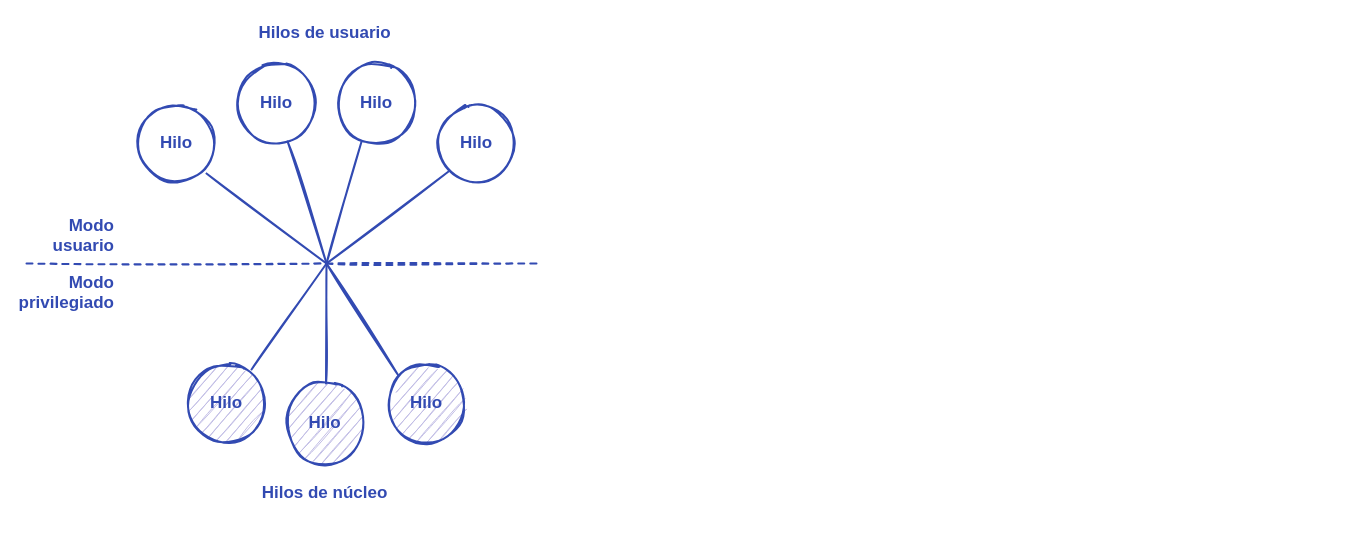
Above: content/media/C12-hilos/modelo_muchos_a_muchos.drawio in ull-esit-sistemas-operativos/ssoo-apuntes (draw.io), before the change. Source tidied: cells renumbered, new cells numbered last; positions are measured from the earlier drawing's top-left corner, leaving out a move shared by most shapes. Both pictures are drawn from the tidied source at 100%, with x=0, y=0 at pixel (16, 23).
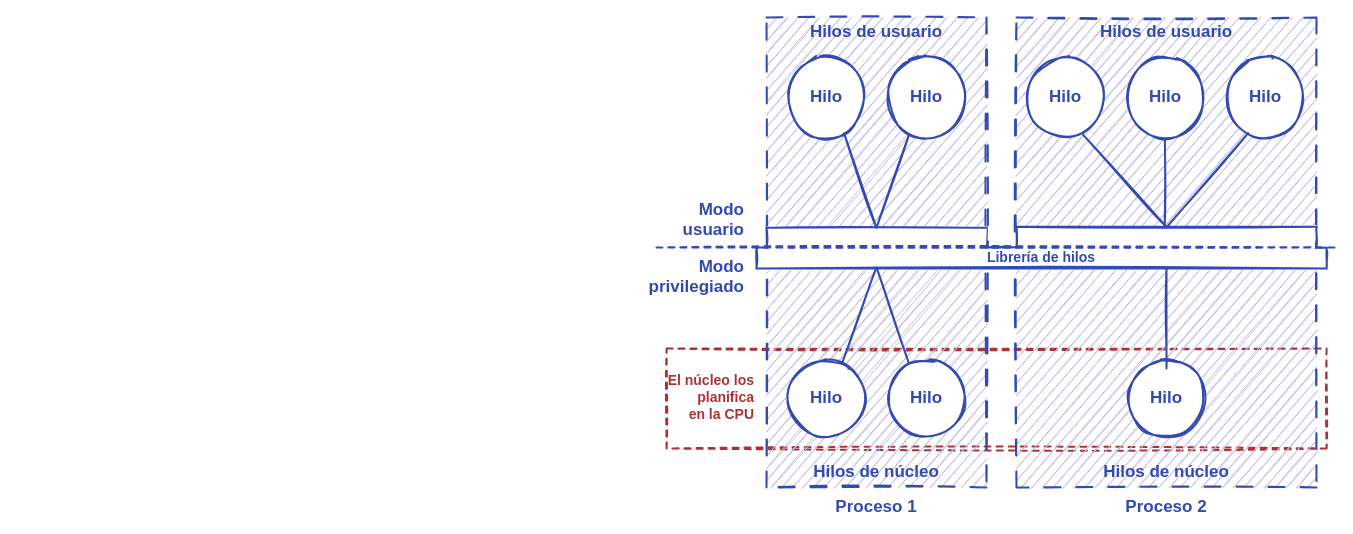
After the change.

The edit, as a diff of the source:
```diff
@@
+    <mxCell id="22" style="rounded=0;shadow=0;sketch=1;strokeWidth=2;fillColor=none;fontFamily=Ink Free;fontSize=17;spacing=20;strokeColor=#AC3235;fontColor=#AC3235;fontStyle=1;labelBackgroundColor=none;dashed=1;spacingBottom=5;" parent="1" vertex="1">
+      <mxGeometry x="650.1" y="325" width="660" height="100" as="geometry" />
+    </mxCell>
+    <mxCell id="23" style="rounded=0;shadow=0;sketch=1;strokeWidth=2;fillColor=#c2bee6;fontFamily=Ink Free;fontSize=17;spacing=20;strokeColor=#324ab2;fontColor=#324ab2;fontStyle=1;labelBackgroundColor=none;dashed=1;dashPattern=8 8;spacingBottom=5;" parent="1" vertex="1">
+      <mxGeometry x="750" y="-6" width="220" height="470" as="geometry" />
+    </mxCell>
+    <mxCell id="24" style="rounded=0;shadow=0;sketch=1;strokeWidth=2;fillColor=#c2bee6;fontFamily=Ink Free;fontSize=17;spacing=20;strokeColor=#324ab2;fontColor=#324ab2;fontStyle=1;labelBackgroundColor=none;spacingBottom=5;dashed=1;dashPattern=8 8;" parent="1" vertex="1">
+      <mxGeometry x="1000" y="-6" width="300" height="470" as="geometry" />
+    </mxCell>
+    <mxCell id="25" value="Hilo" style="ellipse;rounded=0;shadow=0;fontFamily=Ink Free;fontSize=17;strokeWidth=2;spacing=20;sketch=1;align=center;strokeColor=#324ab2;fontColor=#324ab2;fillColor=default;fontStyle=1;spacingBottom=5;" parent="1" vertex="1">
+      <mxGeometry x="770" y="335" width="80" height="80" as="geometry" />
+    </mxCell>
+    <mxCell id="26" value="Hilo" style="ellipse;rounded=0;shadow=0;fontFamily=Ink Free;fontSize=17;strokeWidth=2;spacing=20;sketch=1;align=center;strokeColor=#324ab2;fontColor=#324ab2;fillColor=default;fontStyle=1;spacingBottom=5;" parent="1" vertex="1">
+      <mxGeometry x="870" y="335" width="80" height="80" as="geometry" />
+    </mxCell>
+    <mxCell id="27" value="Hilo" style="ellipse;rounded=0;shadow=0;fontFamily=Ink Free;fontSize=17;strokeWidth=2;spacing=20;sketch=1;align=center;strokeColor=#324ab2;fontColor=#324ab2;fillColor=#FFFFFF;fontStyle=1;spacingBottom=5;fillStyle=auto;" parent="1" vertex="1">
+      <mxGeometry x="1110" y="335" width="80" height="80" as="geometry" />
+    </mxCell>
+    <mxCell id="11" value="Modo&#10;usuario" style="text;strokeColor=none;fillColor=none;align=right;verticalAlign=middle;rounded=0;shadow=0;sketch=1;fontFamily=Ink Free;fontSize=17;fontStyle=1;fontColor=#324ab2;spacingBottom=5;" parent="1" vertex="1">
+      <mxGeometry x="660" y="179" width="70" height="35" as="geometry" />
+    </mxCell>
     <mxCell id="2" value="Modo&#10;privilegiado" style="text;strokeColor=none;fillColor=none;align=right;verticalAlign=middle;rounded=0;shadow=0;sketch=1;fontFamily=Ink Free;fontSize=17;fontStyle=1;fontColor=#324ab2;spacingBottom=5;" parent="1" vertex="1">
-      <mxGeometry y="250" width="100" height="40" as="geometry" />
+      <mxGeometry x="640" y="234" width="90" height="40" as="geometry" />
     </mxCell>
-    <mxCell id="3" value="Hilo" style="ellipse;rounded=0;shadow=0;fontFamily=Ink Free;fontSize=17;strokeWidth=2;spacing=20;sketch=1;align=center;strokeColor=#324ab2;fontColor=#324ab2;fillColor=#c2bee6;fontStyle=1;spacingBottom=5;" parent="1" vertex="1">
-      <mxGeometry x="268.5" y="360" width="80" height="80" as="geometry" />
-    </mxCell>
-    <mxCell id="4" value="Hilo" style="ellipse;rounded=0;shadow=0;fontFamily=Ink Free;fontSize=17;strokeWidth=2;fillColor=none;spacing=20;sketch=1;align=center;strokeColor=#324ab2;fontColor=#324ab2;fontStyle=1;spacingBottom=5;" parent="1" vertex="1">
-      <mxGeometry x="120" y="80" width="80" height="80" as="geometry" />
-    </mxCell>
-    <mxCell id="5" value="Hilo" style="ellipse;rounded=0;shadow=0;fontFamily=Ink Free;fontSize=17;strokeWidth=2;fillColor=none;spacing=20;sketch=1;align=center;strokeColor=#324ab2;fontColor=#324ab2;fontStyle=1;spacingBottom=5;" parent="1" vertex="1">
-      <mxGeometry x="420" y="80" width="80" height="80" as="geometry" />
-    </mxCell>
-    <mxCell id="6" style="endArrow=none;strokeWidth=2;rounded=0;shadow=0;fontFamily=Ink Free;fontSize=17;spacing=20;sketch=1;dashed=1;strokeColor=#324ab2;fontColor=#324ab2;fontStyle=1;spacingBottom=5;" parent="1" edge="1">
-      <mxGeometry relative="1" as="geometry">
-        <mxPoint x="310" y="240" as="sourcePoint" />
-        <mxPoint x="520" y="240" as="targetPoint" />
-      </mxGeometry>
-    </mxCell>
-    <mxCell id="7" value="Hilo" style="ellipse;rounded=0;shadow=0;fontFamily=Ink Free;fontSize=17;strokeWidth=2;spacing=20;sketch=1;align=center;strokeColor=#324ab2;fontColor=#324ab2;fillColor=#c2bee6;fontStyle=1;spacingBottom=5;" parent="1" vertex="1">
-      <mxGeometry x="170" y="340" width="80" height="80" as="geometry" />
-    </mxCell>
-    <mxCell id="8" value="Hilo" style="ellipse;rounded=0;shadow=0;fontFamily=Ink Free;fontSize=17;strokeWidth=2;spacing=20;sketch=1;align=center;strokeColor=#324ab2;fontColor=#324ab2;fillColor=#c2bee6;fontStyle=1;spacingBottom=5;" parent="1" vertex="1">
-      <mxGeometry x="370" y="340" width="80" height="80" as="geometry" />
-    </mxCell>
-    <mxCell id="9" value="Hilos de usuario" style="text;fillColor=none;align=center;verticalAlign=middle;rounded=0;shadow=0;fontFamily=Ink Free;fontSize=17;strokeWidth=2;spacing=20;sketch=1;fontStyle=1;fontColor=#324ab2;spacingBottom=5;" parent="1" vertex="1">
-      <mxGeometry x="228.5" width="160" height="20" as="geometry" />
-    </mxCell>
-    <mxCell id="10" value="Hilos de núcleo" style="text;fillColor=none;align=center;verticalAlign=middle;rounded=0;shadow=0;fontFamily=Ink Free;fontSize=17;strokeWidth=2;spacing=20;sketch=1;fontStyle=1;fontColor=#324ab2;spacingBottom=5;" parent="1" vertex="1">
-      <mxGeometry x="228.5" y="460" width="160" height="20" as="geometry" />
-    </mxCell>
-    <mxCell id="11" value="Modo&#10;usuario" style="text;strokeColor=none;fillColor=none;align=right;verticalAlign=middle;rounded=0;shadow=0;sketch=1;fontFamily=Ink Free;fontSize=17;fontStyle=1;fontColor=#324ab2;spacingBottom=5;" parent="1" vertex="1">
-      <mxGeometry x="30" y="195" width="70" height="35" as="geometry" />
-    </mxCell>
-    <mxCell id="12" style="endArrow=none;strokeWidth=2;rounded=0;shadow=0;fontFamily=Ink Free;fontSize=17;spacing=20;sketch=1;dashed=1;strokeColor=#324ab2;fontColor=#324ab2;fontStyle=1;spacingBottom=5;" parent="1" edge="1">
-      <mxGeometry relative="1" as="geometry">
-        <mxPoint x="10" y="240" as="sourcePoint" />
-        <mxPoint x="310" y="240" as="targetPoint" />
-      </mxGeometry>
-    </mxCell>
-    <mxCell id="13" style="rounded=0;orthogonalLoop=1;jettySize=auto;exitX=0.5;exitY=0;exitDx=0;exitDy=0;strokeWidth=2;shadow=0;fontFamily=Ink Free;fontSize=17;spacing=20;endArrow=none;sketch=1;strokeColor=#324ab2;fontColor=#324ab2;fontStyle=1;spacingBottom=5;" parent="1" edge="1">
-      <mxGeometry relative="1" as="geometry">
-        <mxPoint x="309.5" y="360" as="sourcePoint" />
-        <mxPoint x="310" y="240" as="targetPoint" />
-      </mxGeometry>
-    </mxCell>
-    <mxCell id="14" style="rounded=0;jettySize=auto;exitX=0.813;exitY=0.075;exitDx=0;exitDy=0;strokeWidth=2;shadow=0;fontFamily=Ink Free;fontSize=17;spacing=20;endArrow=none;sketch=1;exitPerimeter=0;strokeColor=#324ab2;fontColor=#324ab2;fontStyle=1;spacingBottom=5;" parent="1" edge="1" source="7">
-      <mxGeometry relative="1" as="geometry">
-        <mxPoint x="310" y="240" as="targetPoint" />
-      </mxGeometry>
-    </mxCell>
-    <mxCell id="15" style="rounded=0;jettySize=auto;strokeWidth=2;shadow=0;fontFamily=Ink Free;fontSize=17;spacing=20;endArrow=none;sketch=1;entryX=0;entryY=0;entryDx=0;entryDy=0;strokeColor=#324ab2;fontColor=#324ab2;fontStyle=1;spacingBottom=5;" parent="1" edge="1" target="8">
-      <mxGeometry relative="1" as="geometry">
-        <mxPoint x="310" y="240" as="sourcePoint" />
-      </mxGeometry>
-    </mxCell>
-    <mxCell id="16" style="rounded=0;orthogonalLoop=1;jettySize=auto;exitX=1;exitY=1;exitDx=0;exitDy=0;strokeWidth=2;shadow=0;fontFamily=Ink Free;fontSize=17;spacing=20;endArrow=none;sketch=1;strokeColor=#324ab2;fontColor=#324ab2;fontStyle=1;spacingBottom=5;" parent="1" edge="1">
-      <mxGeometry relative="1" as="geometry">
-        <mxPoint x="190" y="150" as="sourcePoint" />
-        <mxPoint x="310" y="240" as="targetPoint" />
-      </mxGeometry>
-    </mxCell>
-    <mxCell id="17" style="rounded=0;jettySize=auto;strokeWidth=2;shadow=0;fontFamily=Ink Free;fontSize=17;spacing=20;endArrow=none;sketch=1;entryX=0;entryY=1;entryDx=0;entryDy=0;strokeColor=#324ab2;fontColor=#324ab2;fontStyle=1;spacingBottom=5;" parent="1" edge="1" target="5">
-      <mxGeometry relative="1" as="geometry">
-        <mxPoint x="310" y="240" as="sourcePoint" />
-      </mxGeometry>
-    </mxCell>
-    <mxCell id="18" value="Hilo" style="ellipse;rounded=0;shadow=0;fontFamily=Ink Free;fontSize=17;strokeWidth=2;fillColor=none;spacing=20;sketch=1;align=center;points=[[0.924,-0.382]];strokeColor=#324ab2;fontColor=#324ab2;fontStyle=1;spacingBottom=5;" parent="1" vertex="1">
-      <mxGeometry x="220" y="40" width="80" height="80" as="geometry" />
-    </mxCell>
-    <mxCell id="19" value="Hilo" style="ellipse;rounded=0;shadow=0;fontFamily=Ink Free;fontSize=17;strokeWidth=2;fillColor=none;spacing=20;sketch=1;align=center;points=[[-0.924,-0.382]];strokeColor=#324ab2;fontColor=#324ab2;fontStyle=1;spacingBottom=5;" parent="1" vertex="1">
-      <mxGeometry x="320" y="40" width="80" height="80" as="geometry" />
-    </mxCell>
-    <mxCell id="20" style="rounded=0;jettySize=auto;exitX=0.638;exitY=0.975;exitDx=0;exitDy=0;strokeWidth=2;shadow=0;fontFamily=Ink Free;fontSize=17;spacing=20;endArrow=none;sketch=1;exitPerimeter=0;strokeColor=#324ab2;fontColor=#324ab2;fontStyle=1;spacingBottom=5;" parent="1" edge="1" source="18">
-      <mxGeometry relative="1" as="geometry">
-        <mxPoint x="310" y="240" as="targetPoint" />
-      </mxGeometry>
-    </mxCell>
-    <mxCell id="21" style="rounded=0;jettySize=auto;strokeWidth=2;shadow=0;fontFamily=Ink Free;fontSize=17;spacing=20;endArrow=none;sketch=1;entryX=0.313;entryY=0.975;entryDx=0;entryDy=0;entryPerimeter=0;strokeColor=#324ab2;fontColor=#324ab2;fontStyle=1;spacingBottom=5;" parent="1" edge="1" target="19">
-      <mxGeometry relative="1" as="geometry">
-        <mxPoint x="310" y="240" as="sourcePoint" />
-      </mxGeometry>
-    </mxCell>
+    <mxCell id="28" value="Hilos de usuario" style="text;fillColor=none;align=center;verticalAlign=middle;rounded=0;shadow=0;fontFamily=Ink Free;fontSize=17;strokeWidth=2;spacing=20;sketch=1;fontStyle=1;fontColor=#324ab2;spacingBottom=5;" parent="1" vertex="1">
+      <mxGeometry x="1000" y="-6" width="300" height="30" as="geometry" />
+    </mxCell>
+    <mxCell id="29" value="Hilos de usuario" style="text;fillColor=none;align=center;verticalAlign=middle;rounded=0;shadow=0;fontFamily=Ink Free;fontSize=17;strokeWidth=2;spacing=20;sketch=1;fontStyle=1;fontColor=#324ab2;spacingBottom=5;" parent="1" vertex="1">
+      <mxGeometry x="750" y="-6" width="220" height="30" as="geometry" />
+    </mxCell>
+    <mxCell id="30" value="Hilos de núcleo" style="text;fillColor=none;align=center;verticalAlign=middle;rounded=0;shadow=0;fontFamily=Ink Free;fontSize=17;strokeWidth=2;spacing=20;sketch=1;fontStyle=1;fontColor=#324ab2;spacingBottom=5;" parent="1" vertex="1">
+      <mxGeometry x="1000" y="434" width="300" height="30" as="geometry" />
+    </mxCell>
+    <mxCell id="31" value="Hilos de núcleo" style="text;fillColor=none;align=center;verticalAlign=middle;rounded=0;shadow=0;fontFamily=Ink Free;fontSize=17;strokeWidth=2;spacing=20;sketch=1;fontStyle=1;fontColor=#324ab2;spacingBottom=5;" parent="1" vertex="1">
+      <mxGeometry x="750" y="434" width="220" height="30" as="geometry" />
+    </mxCell>
+    <mxCell id="32" value="Proceso 1" style="text;fillColor=none;align=center;verticalAlign=middle;rounded=0;shadow=0;fontFamily=Ink Free;fontSize=17;strokeWidth=2;spacing=20;sketch=1;fontStyle=1;fontColor=#324ab2;spacingBottom=5;" parent="1" vertex="1">
+      <mxGeometry x="760" y="474" width="200" height="20" as="geometry" />
+    </mxCell>
+    <mxCell id="33" value="Proceso 2" style="text;fillColor=none;align=center;verticalAlign=middle;rounded=0;shadow=0;fontFamily=Ink Free;fontSize=17;strokeWidth=2;spacing=20;sketch=1;fontStyle=1;fontColor=#324ab2;spacingBottom=5;" parent="1" vertex="1">
+      <mxGeometry x="1000" y="474" width="300" height="20" as="geometry" />
+    </mxCell>
+    <mxCell id="34" value="Hilo" style="ellipse;rounded=0;shadow=0;fontFamily=Ink Free;fontSize=17;strokeWidth=2;fillColor=default;spacing=20;sketch=1;align=center;points=[[0.924,-0.382]];strokeColor=#324ab2;fontColor=#324ab2;fontStyle=1;spacingBottom=5;" parent="1" vertex="1">
+      <mxGeometry x="1009" y="34" width="80" height="80" as="geometry" />
+    </mxCell>
+    <mxCell id="35" value="Hilo" style="ellipse;rounded=0;shadow=0;fontFamily=Ink Free;fontSize=17;strokeWidth=2;fillColor=default;spacing=20;sketch=1;align=center;points=[[-0.924,-0.382]];strokeColor=#324ab2;fontColor=#324ab2;fontStyle=1;spacingBottom=5;" parent="1" vertex="1">
+      <mxGeometry x="1109" y="34" width="80" height="80" as="geometry" />
+    </mxCell>
+    <mxCell id="36" value="Hilo" style="ellipse;rounded=0;shadow=0;fontFamily=Ink Free;fontSize=17;strokeWidth=2;fillColor=default;spacing=20;sketch=1;align=center;strokeColor=#324ab2;fontColor=#324ab2;fontStyle=1;spacingBottom=5;" parent="1" vertex="1">
+      <mxGeometry x="1209" y="34" width="80" height="80" as="geometry" />
+    </mxCell>
+    <mxCell id="37" value="Hilo" style="ellipse;rounded=0;shadow=0;fontFamily=Ink Free;fontSize=17;strokeWidth=2;fillColor=default;spacing=20;sketch=1;align=center;points=[[0.924,-0.382]];strokeColor=#324ab2;fontColor=#324ab2;fontStyle=1;spacingBottom=5;" parent="1" vertex="1">
+      <mxGeometry x="770" y="34" width="80" height="80" as="geometry" />
+    </mxCell>
+    <mxCell id="38" value="Hilo" style="ellipse;rounded=0;shadow=0;fontFamily=Ink Free;fontSize=17;strokeWidth=2;fillColor=default;spacing=20;sketch=1;align=center;points=[[-0.924,-0.382]];strokeColor=#324ab2;fontColor=#324ab2;fontStyle=1;spacingBottom=5;" parent="1" vertex="1">
+      <mxGeometry x="870" y="34" width="80" height="80" as="geometry" />
+    </mxCell>
+    <mxCell id="39" style="rounded=0;jettySize=auto;strokeWidth=2;shadow=0;fontFamily=Ink Free;fontSize=17;spacing=20;endArrow=none;sketch=1;entryX=0.281;entryY=0.967;entryDx=0;entryDy=0;strokeColor=#324ab2;fontColor=#324ab2;fontStyle=1;spacingBottom=5;exitX=0.5;exitY=1;exitDx=0;exitDy=0;entryPerimeter=0;" parent="1" edge="1" source="50" target="38">
+      <mxGeometry relative="1" as="geometry" />
+    </mxCell>
+    <mxCell id="40" style="group;" parent="1" vertex="1">
+      <mxGeometry x="740" y="203.3" width="570.1" height="41.7" as="geometry" />
+    </mxCell>
+    <mxCell id="41" style="shape=partialRectangle;whiteSpace=wrap;html=1;top=0;left=0;fillColor=default;fontSize=14;fontFamily=Ink Free;strokeColor=#324AB2;fontColor=#324AB2;rounded=0;shadow=0;sketch=1;strokeWidth=2;spacing=20;fontStyle=1;labelBackgroundColor=none;" parent="40" vertex="1">
+      <mxGeometry y="21.7" width="570.1" height="20" as="geometry" />
+    </mxCell>
+    <mxCell id="42" style="shape=partialRectangle;whiteSpace=wrap;html=1;right=0;top=0;bottom=0;fillColor=none;routingCenterX=-0.5;fontSize=14;fontFamily=Ink Free;strokeColor=#324AB2;fontColor=#324AB2;rounded=0;shadow=0;sketch=1;strokeWidth=2;spacing=20;fontStyle=1;labelBackgroundColor=none;" parent="40" vertex="1">
+      <mxGeometry y="20.7" width="570.1" height="20" as="geometry" />
+    </mxCell>
+    <mxCell id="43" style="shape=partialRectangle;whiteSpace=wrap;html=1;top=0;left=0;fillColor=default;fontSize=14;fontFamily=Ink Free;strokeColor=#324AB2;fontColor=#324AB2;rounded=0;shadow=0;sketch=1;strokeWidth=2;spacing=20;fontStyle=1;labelBackgroundColor=none;rotation=-180;" parent="40" vertex="1">
+      <mxGeometry x="260" width="300" height="20" as="geometry" />
+    </mxCell>
+    <mxCell id="44" style="shape=partialRectangle;whiteSpace=wrap;html=1;right=0;top=0;bottom=0;fillColor=none;routingCenterX=-0.5;fontSize=14;fontFamily=Ink Free;strokeColor=#324AB2;fontColor=#324AB2;rounded=0;shadow=0;sketch=1;strokeWidth=2;spacing=20;fontStyle=1;labelBackgroundColor=none;rotation=-180;" parent="40" vertex="1">
+      <mxGeometry x="110" y="0.7" width="120" height="20" as="geometry" />
+    </mxCell>
+    <mxCell id="45" style="shape=partialRectangle;whiteSpace=wrap;html=1;right=0;top=0;bottom=0;fillColor=none;routingCenterX=-0.5;fontSize=14;fontFamily=Ink Free;strokeColor=#324AB2;fontColor=#324AB2;rounded=0;shadow=0;sketch=1;strokeWidth=2;spacing=20;fontStyle=1;labelBackgroundColor=none;rotation=-180;" parent="40" vertex="1">
+      <mxGeometry x="440" y="0.2" width="120" height="20" as="geometry" />
+    </mxCell>
+    <mxCell id="46" style="endArrow=none;html=1;rounded=0;fontSize=17;fontFamily=Ink Free;strokeColor=#324ab2;fontColor=#324ab2;strokeWidth=2;shadow=0;spacing=20;sketch=1;fontStyle=1;spacingBottom=5;exitX=0;exitY=0;exitDx=0;exitDy=0;" parent="40" edge="1" source="42">
+      <mxGeometry relative="1" as="geometry">
+        <mxPoint x="10" y="20.7" as="targetPoint" />
+      </mxGeometry>
+    </mxCell>
+    <mxCell id="47" style="endArrow=none;html=1;rounded=0;fontSize=17;fontFamily=Ink Free;strokeColor=#324ab2;fontColor=#324ab2;strokeWidth=2;shadow=0;spacing=20;sketch=1;fontStyle=1;spacingBottom=5;exitX=0;exitY=0;exitDx=0;exitDy=0;" parent="40" edge="1" source="44">
+      <mxGeometry relative="1" as="geometry">
+        <mxPoint x="260" y="20.7" as="targetPoint" />
+      </mxGeometry>
+    </mxCell>
+    <mxCell id="48" style="endArrow=none;html=1;rounded=0;fontSize=17;fontFamily=Ink Free;strokeColor=#324ab2;fontColor=#324ab2;strokeWidth=2;shadow=0;spacing=20;sketch=1;fontStyle=1;spacingBottom=5;entryX=1;entryY=0;entryDx=0;entryDy=0;" parent="40" edge="1" target="42">
+      <mxGeometry relative="1" as="geometry">
+        <mxPoint x="560" y="20.7" as="sourcePoint" />
+      </mxGeometry>
+    </mxCell>
+    <mxCell id="49" value="Librería de hilos" style="rounded=0;shadow=0;sketch=1;strokeWidth=2;fillColor=none;fontFamily=Ink Free;fontSize=14;spacing=20;strokeColor=none;fontColor=#324AB2;fontStyle=1;labelBackgroundColor=none;" parent="40" vertex="1">
+      <mxGeometry y="20" width="570" height="20" as="geometry" />
+    </mxCell>
+    <mxCell id="50" style="shape=partialRectangle;whiteSpace=wrap;html=1;top=0;left=0;fillColor=default;fontSize=14;fontFamily=Ink Free;strokeColor=#324AB2;fontColor=#324AB2;rounded=0;shadow=0;sketch=1;strokeWidth=2;spacing=20;fontStyle=1;labelBackgroundColor=none;rotation=-180;" parent="40" vertex="1">
+      <mxGeometry x="10" y="1" width="220" height="20" as="geometry" />
+    </mxCell>
+    <mxCell id="51" style="rounded=0;jettySize=auto;strokeWidth=2;shadow=0;fontFamily=Ink Free;fontSize=17;spacing=20;endArrow=none;sketch=1;entryX=0.719;entryY=0.946;entryDx=0;entryDy=0;strokeColor=#324ab2;fontColor=#324ab2;fontStyle=1;spacingBottom=5;exitX=0.5;exitY=1;exitDx=0;exitDy=0;entryPerimeter=0;" parent="1" edge="1" source="50" target="37">
+      <mxGeometry relative="1" as="geometry" />
+    </mxCell>
+    <mxCell id="52" style="endArrow=none;strokeWidth=2;rounded=0;shadow=0;fontFamily=Ink Free;fontSize=17;spacing=20;sketch=1;dashed=1;strokeColor=#324ab2;fontColor=#324ab2;fontStyle=1;spacingBottom=5;" parent="1" edge="1">
+      <mxGeometry relative="1" as="geometry">
+        <mxPoint x="640" y="224" as="sourcePoint" />
+        <mxPoint x="1320" y="224" as="targetPoint" />
+      </mxGeometry>
+    </mxCell>
+    <mxCell id="53" style="rounded=0;jettySize=auto;strokeWidth=2;shadow=0;fontFamily=Ink Free;fontSize=17;spacing=20;endArrow=none;sketch=1;entryX=0.281;entryY=0.06;entryDx=0;entryDy=0;strokeColor=#324ab2;fontColor=#324ab2;fontStyle=1;spacingBottom=5;entryPerimeter=0;" parent="1" edge="1" target="26">
+      <mxGeometry relative="1" as="geometry">
+        <mxPoint x="860" y="244" as="sourcePoint" />
+      </mxGeometry>
+    </mxCell>
+    <mxCell id="54" style="rounded=0;jettySize=auto;strokeWidth=2;shadow=0;fontFamily=Ink Free;fontSize=17;spacing=20;endArrow=none;sketch=1;strokeColor=#324ab2;fontColor=#324ab2;fontStyle=1;spacingBottom=5;entryX=0.698;entryY=0.05;entryDx=0;entryDy=0;entryPerimeter=0;" parent="1" edge="1" target="25">
+      <mxGeometry relative="1" as="geometry">
+        <mxPoint x="860" y="244" as="sourcePoint" />
+      </mxGeometry>
+    </mxCell>
+    <mxCell id="55" style="rounded=0;orthogonalLoop=1;jettySize=auto;strokeWidth=2;shadow=0;fontFamily=Ink Free;fontSize=17;spacing=20;endArrow=none;sketch=1;strokeColor=#324ab2;fontColor=#324ab2;fontStyle=1;spacingBottom=5;exitX=0.5;exitY=1;exitDx=0;exitDy=0;" parent="1" edge="1">
+      <mxGeometry relative="1" as="geometry">
+        <mxPoint x="1150" y="345" as="sourcePoint" />
+        <mxPoint x="1150" y="244" as="targetPoint" />
+      </mxGeometry>
+    </mxCell>
+    <mxCell id="56" style="rounded=0;jettySize=auto;strokeWidth=2;shadow=0;fontFamily=Ink Free;fontSize=17;spacing=20;endArrow=none;sketch=1;entryX=0.492;entryY=1.019;entryDx=0;entryDy=0;strokeColor=#324ab2;fontColor=#324ab2;fontStyle=1;spacingBottom=5;entryPerimeter=0;" parent="1" edge="1" target="35">
+      <mxGeometry relative="1" as="geometry">
+        <mxPoint x="1148" y="204" as="sourcePoint" />
+      </mxGeometry>
+    </mxCell>
+    <mxCell id="57" style="rounded=0;jettySize=auto;strokeWidth=2;shadow=0;fontFamily=Ink Free;fontSize=17;spacing=20;endArrow=none;sketch=1;strokeColor=#324ab2;fontColor=#324ab2;fontStyle=1;spacingBottom=5;entryX=0.283;entryY=0.946;entryDx=0;entryDy=0;entryPerimeter=0;" parent="1" edge="1" target="36">
+      <mxGeometry relative="1" as="geometry">
+        <mxPoint x="1150" y="204" as="sourcePoint" />
+      </mxGeometry>
+    </mxCell>
+    <mxCell id="58" style="rounded=0;jettySize=auto;strokeWidth=2;shadow=0;fontFamily=Ink Free;fontSize=17;spacing=20;endArrow=none;sketch=1;strokeColor=#324ab2;fontColor=#324ab2;fontStyle=1;spacingBottom=5;entryX=0.721;entryY=0.967;entryDx=0;entryDy=0;entryPerimeter=0;exitX=0.5;exitY=1;exitDx=0;exitDy=0;" parent="1" edge="1" source="43" target="34">
+      <mxGeometry relative="1" as="geometry" />
+    </mxCell>
+    <mxCell id="59" value="El núcleo los&#10;planifica&#10;en la CPU" style="text;strokeColor=none;fillColor=none;align=right;verticalAlign=middle;rounded=0;shadow=0;sketch=1;fontFamily=Ink Free;fontSize=14;fontStyle=1;fontColor=#AC3235;spacingBottom=5;" parent="1" vertex="1">
+      <mxGeometry x="660" y="340" width="80" height="70" as="geometry" />
+    </mxCell>
```
